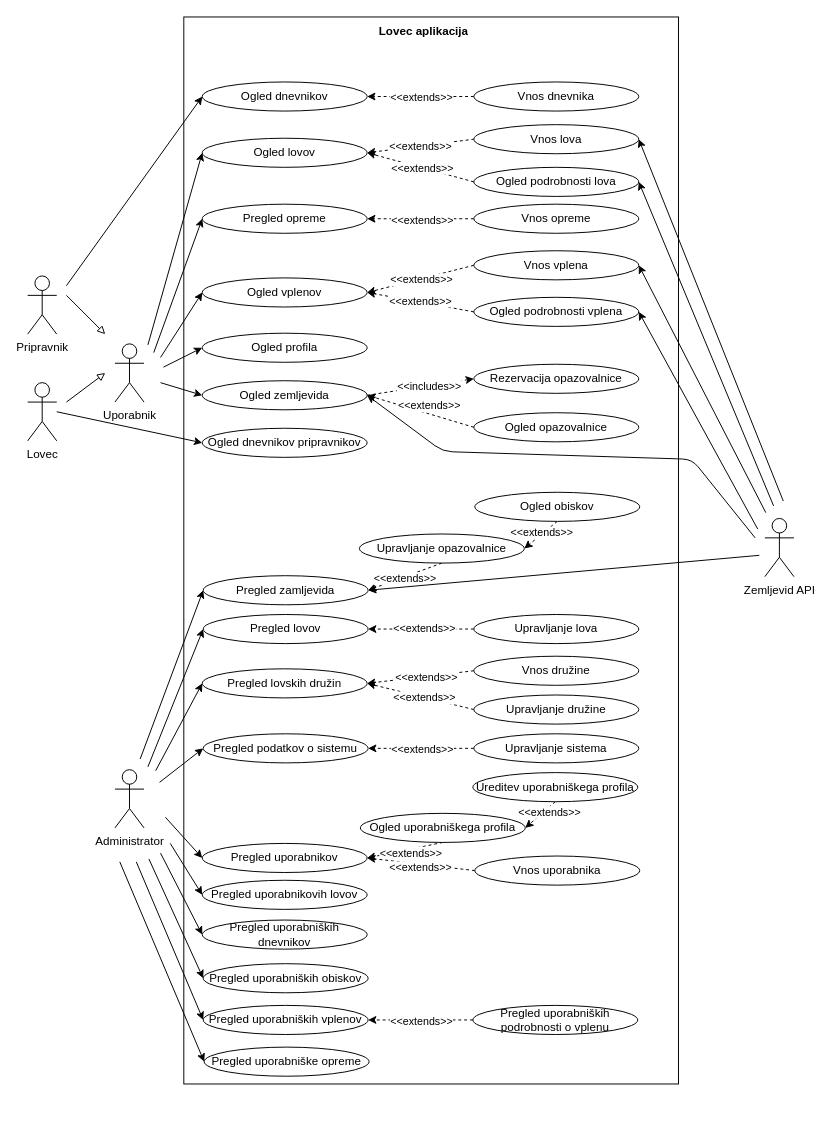
Before: docs/uml/dpu.drawio in janmerhar/lovec, a draw.io diagram. Source tidied: cells renumbered, new cells numbered last; positions are measured from the earlier drawing's top-left corner, leaving out a move shared by most shapes. Both pictures are drawn from the tidied source at 97%, with x=0, y=0 at pixel (27, 16).
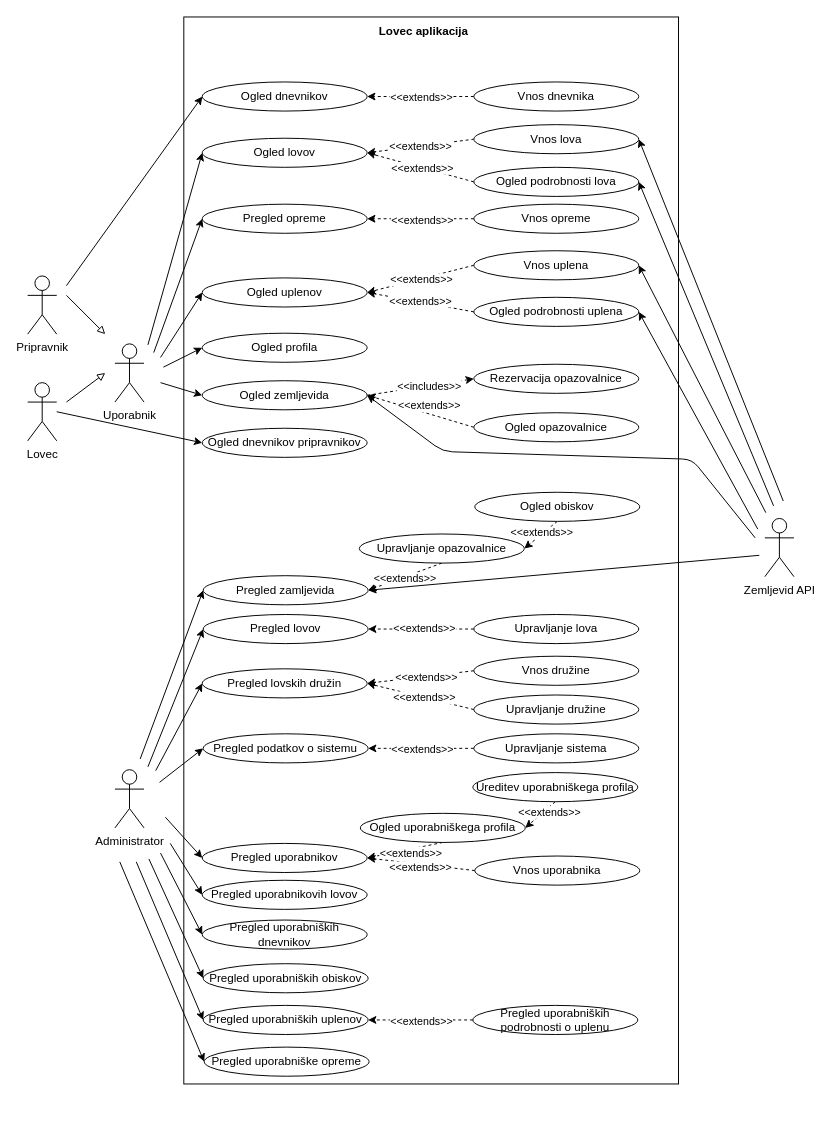
The same diagram, later.

Commit message:
Update dpu.drawio Vplen -> Uplen

The change refers to these unchanged cells:
```xml
<mxCell id="9" style="group;" parent="1" vertex="1">
  <mxGeometry x="160" y="27" width="510" height="1100" as="geometry" />
</mxCell>
```

What changed in the source:
```diff
@@
-    <mxCell id="25" value="Ogled vplenov" style="ellipse;whiteSpace=wrap;html=1;" parent="9" vertex="1">
+    <mxCell id="25" value="Ogled uplenov" style="ellipse;whiteSpace=wrap;html=1;" parent="9" vertex="1">
       <mxGeometry x="20" y="242" width="170" height="30" as="geometry" />
     </mxCell>
@@
-    <mxCell id="28" value="Vnos vplena" style="ellipse;whiteSpace=wrap;html=1;" parent="9" vertex="1">
+    <mxCell id="28" value="Vnos uplena" style="ellipse;whiteSpace=wrap;html=1;" parent="9" vertex="1">
       <mxGeometry x="300" y="214" width="170" height="30" as="geometry" />
     </mxCell>
@@
-    <mxCell id="31" value="Ogled podrobnosti vplena" style="ellipse;whiteSpace=wrap;html=1;" parent="9" vertex="1">
+    <mxCell id="31" value="Ogled podrobnosti uplena" style="ellipse;whiteSpace=wrap;html=1;" parent="9" vertex="1">
       <mxGeometry x="300" y="262" width="170" height="30" as="geometry" />
     </mxCell>
@@
-    <mxCell id="76" value="Pregled uporabniških vplenov" style="ellipse;whiteSpace=wrap;html=1;" parent="9" vertex="1">
+    <mxCell id="76" value="Pregled uporabniških uplenov" style="ellipse;whiteSpace=wrap;html=1;" parent="9" vertex="1">
       <mxGeometry x="21" y="992" width="170" height="30" as="geometry" />
     </mxCell>
@@
-    <mxCell id="81" value="Pregled uporabniških podrobnosti o vplenu" style="ellipse;whiteSpace=wrap;html=1;" parent="9" vertex="1">
+    <mxCell id="81" value="Pregled uporabniških podrobnosti o uplenu" style="ellipse;whiteSpace=wrap;html=1;" parent="9" vertex="1">
       <mxGeometry x="299" y="992" width="170" height="30" as="geometry" />
     </mxCell>
```
